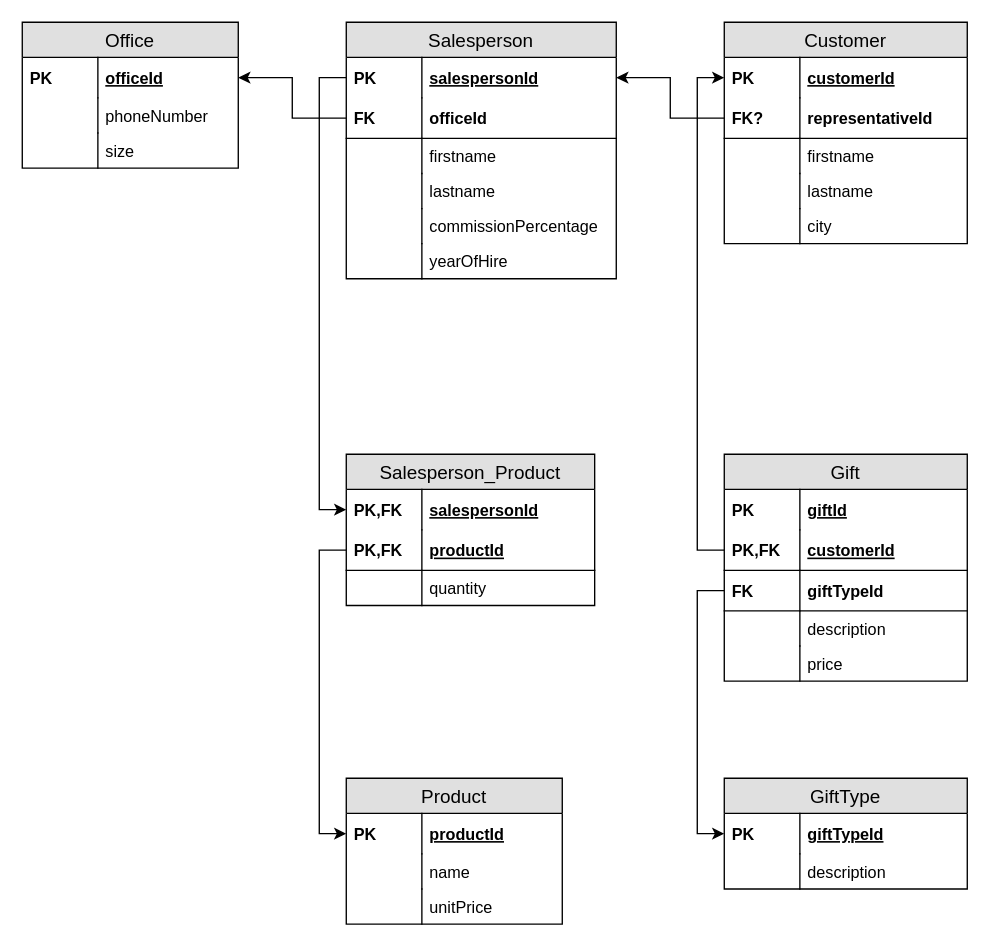
HOGENT-Databases/DB1-Workshops keeps this draw.io diagram as workshops/04-relationeel_model/solutions/exercise-4.drawio. Above is the earlier version. Source tidied: cells renumbered, new cells numbered last; positions are measured from the earlier drawing's top-left corner, leaving out a move shared by most shapes. Both pictures are drawn from the tidied source at 135%, with x=0, y=0 at pixel (22, 22).
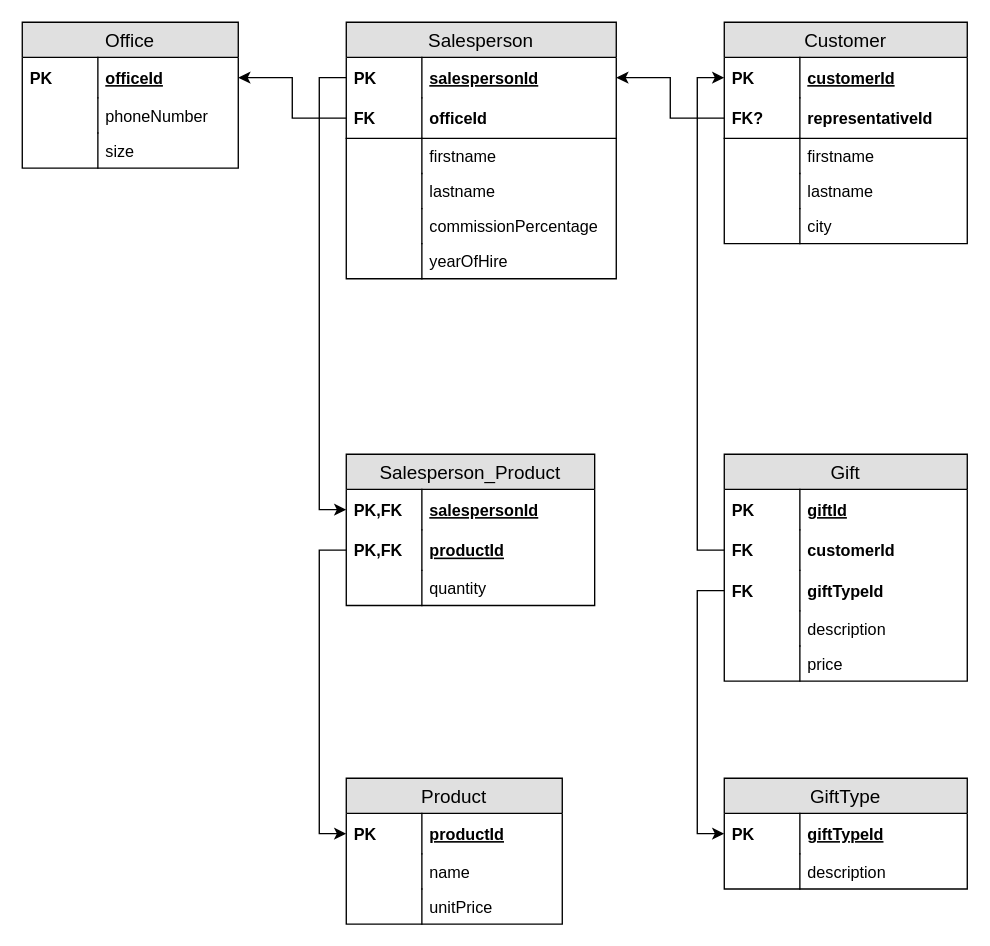
After the change.

Unchanged cells that the change refers to:
```xml
<mxCell id="42" value="Salesperson_Product" style="swimlane;fontStyle=0;horizontal=1;startSize=26;fillColor=#e0e0e0;swimlaneFillColor=#ffffff;align=center;fontSize=14;" parent="1" vertex="1">
  <mxGeometry x="240" y="320" width="184" height="112" as="geometry" />
</mxCell>
<mxCell id="51" value="Gift" style="swimlane;fontStyle=0;horizontal=1;startSize=26;fillColor=#e0e0e0;swimlaneFillColor=#ffffff;align=center;fontSize=14;" parent="1" vertex="1">
  <mxGeometry x="520" y="320" width="180" height="168" as="geometry" />
</mxCell>
```

Change to the diagram source:
```diff
@@
-    <mxCell id="45" value="productId" style="shape=partialRectangle;top=0;left=0;right=0;bottom=1;align=left;verticalAlign=middle;fillColor=none;spacingLeft=60;spacingRight=4;overflow=hidden;points=[[0,0.5],[1,0.5]];portConstraint=eastwest;fontStyle=5;fontSize=12;" parent="42" vertex="1">
+    <mxCell id="45" value="productId" style="shape=partialRectangle;top=0;left=0;right=0;bottom=1;align=left;verticalAlign=middle;fillColor=none;spacingLeft=60;spacingRight=4;overflow=hidden;points=[[0,0.5],[1,0.5]];portConstraint=eastwest;fontStyle=5;fontSize=12;strokeColor=none;" parent="42" vertex="1">
       <mxGeometry y="56" width="184" height="30" as="geometry" />
     </mxCell>
@@
-    <mxCell id="52" value="giftId" style="shape=partialRectangle;top=0;left=0;right=0;bottom=0;align=left;verticalAlign=middle;fillColor=none;spacingLeft=60;spacingRight=4;overflow=hidden;fontStyle=5;fontSize=12;" parent="51" vertex="1">
+    <mxCell id="52" value="giftId" style="shape=partialRectangle;top=0;left=0;right=0;bottom=0;align=left;verticalAlign=middle;fillColor=none;spacingLeft=60;spacingRight=4;overflow=hidden;fontStyle=5;fontSize=12;strokeColor=#000000;" parent="51" vertex="1">
       <mxGeometry y="26" width="180" height="30" as="geometry" />
     </mxCell>
@@
-    <mxCell id="54" value="customerId" style="shape=partialRectangle;top=0;left=0;right=0;bottom=1;align=left;verticalAlign=middle;fillColor=none;spacingLeft=60;spacingRight=4;overflow=hidden;points=[[0,0.5],[1,0.5]];portConstraint=eastwest;fontStyle=5;fontSize=12;" parent="51" vertex="1">
+    <mxCell id="54" value="customerId" style="shape=partialRectangle;top=0;left=0;right=0;bottom=1;align=left;verticalAlign=middle;fillColor=none;spacingLeft=60;spacingRight=4;overflow=hidden;points=[[0,0.5],[1,0.5]];portConstraint=eastwest;fontStyle=1;fontSize=12;strokeColor=none;" parent="51" vertex="1">
       <mxGeometry y="56" width="180" height="30" as="geometry" />
     </mxCell>
-    <mxCell id="55" value="PK,FK" style="shape=partialRectangle;fontStyle=1;top=0;left=0;bottom=0;fillColor=none;align=left;verticalAlign=middle;spacingLeft=4;spacingRight=4;overflow=hidden;fontSize=12;" parent="54" vertex="1">
+    <mxCell id="55" value="FK" style="shape=partialRectangle;fontStyle=1;top=0;left=0;bottom=0;fillColor=none;align=left;verticalAlign=middle;spacingLeft=4;spacingRight=4;overflow=hidden;fontSize=12;" parent="54" vertex="1">
       <mxGeometry width="56" height="30" as="geometry" />
     </mxCell>
-    <mxCell id="56" value="giftTypeId" style="shape=partialRectangle;top=0;left=0;right=0;bottom=1;align=left;verticalAlign=middle;fillColor=none;spacingLeft=60;spacingRight=4;overflow=hidden;points=[[0,0.5],[1,0.5]];portConstraint=eastwest;fontStyle=1;fontSize=12;" parent="51" vertex="1">
+    <mxCell id="56" value="giftTypeId" style="shape=partialRectangle;top=0;left=0;right=0;bottom=1;align=left;verticalAlign=middle;fillColor=none;spacingLeft=60;spacingRight=4;overflow=hidden;points=[[0,0.5],[1,0.5]];portConstraint=eastwest;fontStyle=1;fontSize=12;strokeColor=none;" parent="51" vertex="1">
       <mxGeometry y="86" width="180" height="30" as="geometry" />
     </mxCell>
```
